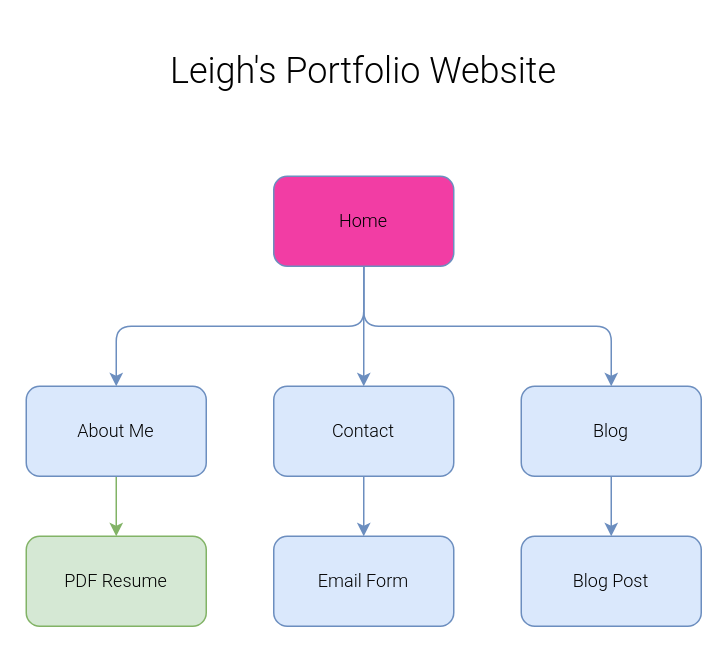
The draw.io diagram assets/sitemap/sitemap.drawio in leighpoulier/portfolio, before the edit. Source tidied: cells renumbered, new cells numbered last; positions are measured from the earlier drawing's top-left corner, leaving out a move shared by most shapes. Both pictures are drawn from the tidied source at 150%, with x=0, y=0 at pixel (26, 26).
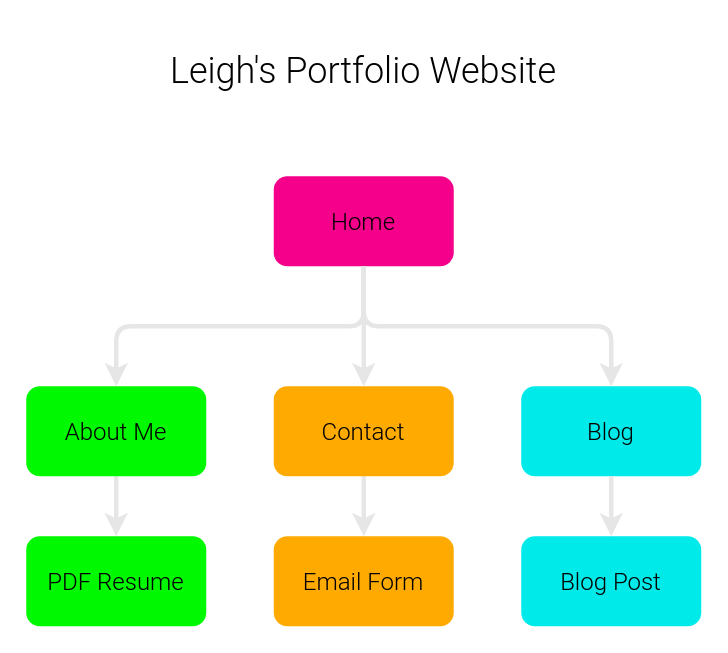
After the change.

Diff of the diagram source:
```diff
@@
 <mxGraphModel>
   <root>
     <mxCell id="0" />
     <mxCell id="1" parent="0" />
-    <mxCell id="2" value="Home" style="rounded=1;whiteSpace=wrap;html=1;strokeColor=#6c8ebf;fillColor=#F23DA4;fontFamily=Roboto Light;" parent="1" vertex="1">
+    <mxCell id="2" value="Home" style="rounded=1;whiteSpace=wrap;html=1;fontFamily=Roboto Light;fillColor=#F5008A;strokeColor=none;fontSize=16;" parent="1" vertex="1">
       <mxGeometry x="165" y="100" width="120" height="60" as="geometry" />
     </mxCell>
-    <mxCell id="3" style="edgeStyle=orthogonalEdgeStyle;rounded=0;jettySize=auto;html=1;fillColor=#d5e8d4;strokeColor=#82b366;exitX=0.5;exitY=1;exitDx=0;exitDy=0;fontFamily=Roboto Light;" parent="1" edge="1" source="4" target="15">
+    <mxCell id="3" style="edgeStyle=orthogonalEdgeStyle;rounded=0;jettySize=auto;html=1;fillColor=#d5e8d4;exitX=0.5;exitY=1;exitDx=0;exitDy=0;fontFamily=Roboto Medium;strokeColor=#E6E6E6;strokeWidth=3;" parent="1" edge="1" source="4" target="15">
       <mxGeometry relative="1" as="geometry" />
     </mxCell>
-    <mxCell id="4" value="About Me" style="rounded=1;whiteSpace=wrap;html=1;fillColor=#dae8fc;strokeColor=#6c8ebf;fontFamily=Roboto Light;" parent="1" vertex="1">
+    <mxCell id="4" value="About Me" style="rounded=1;whiteSpace=wrap;html=1;fontFamily=Roboto Light;fillColor=#00F800;strokeColor=none;fontSize=16;" parent="1" vertex="1">
       <mxGeometry y="240" width="120" height="60" as="geometry" />
     </mxCell>
-    <mxCell id="5" style="endArrow=classic;html=1;exitX=0.5;exitY=1;exitDx=0;exitDy=0;entryX=0.5;entryY=0;entryDx=0;entryDy=0;fillColor=#dae8fc;strokeColor=#6c8ebf;fontFamily=Roboto Light;" parent="1" edge="1" source="2" target="4">
+    <mxCell id="5" style="endArrow=classic;html=1;exitX=0.5;exitY=1;exitDx=0;exitDy=0;entryX=0.5;entryY=0;entryDx=0;entryDy=0;fillColor=#dae8fc;fontFamily=Roboto Medium;strokeColor=#E6E6E6;strokeWidth=3;" parent="1" edge="1" source="2" target="4">
       <mxGeometry relative="1" as="geometry">
         <Array as="points">
           <mxPoint x="225" y="200" />
           <mxPoint x="60" y="200" />
         </Array>
       </mxGeometry>
     </mxCell>
-    <mxCell id="6" style="edgeStyle=orthogonalEdgeStyle;rounded=0;jettySize=auto;html=1;fillColor=#dae8fc;strokeColor=#6c8ebf;fontFamily=Roboto Light;" parent="1" edge="1" source="7" target="14">
+    <mxCell id="6" style="edgeStyle=orthogonalEdgeStyle;rounded=0;jettySize=auto;html=1;fillColor=#dae8fc;fontFamily=Roboto Medium;strokeColor=#E6E6E6;strokeWidth=3;" parent="1" edge="1" source="7" target="14">
       <mxGeometry relative="1" as="geometry" />
     </mxCell>
-    <mxCell id="7" value="Contact" style="rounded=1;whiteSpace=wrap;html=1;fillColor=#dae8fc;strokeColor=#6c8ebf;fontFamily=Roboto Light;" parent="1" vertex="1">
+    <mxCell id="7" value="Contact" style="rounded=1;whiteSpace=wrap;html=1;fontFamily=Roboto Light;fillColor=#FFAA00;strokeColor=none;fontSize=16;" parent="1" vertex="1">
       <mxGeometry x="165" y="240" width="120" height="60" as="geometry" />
     </mxCell>
-    <mxCell id="8" value="Blog" style="rounded=1;whiteSpace=wrap;html=1;fillColor=#dae8fc;strokeColor=#6c8ebf;fontFamily=Roboto Light;" parent="1" vertex="1">
+    <mxCell id="8" value="Blog" style="rounded=1;whiteSpace=wrap;html=1;fontFamily=Roboto Light;fillColor=#00EAEA;strokeColor=none;fontSize=16;" parent="1" vertex="1">
       <mxGeometry x="330" y="240" width="120" height="60" as="geometry" />
     </mxCell>
-    <mxCell id="9" style="endArrow=classic;html=1;exitX=0.5;exitY=1;exitDx=0;exitDy=0;entryX=0.5;entryY=0;entryDx=0;entryDy=0;fillColor=#dae8fc;strokeColor=#6c8ebf;fontFamily=Roboto Light;" parent="1" edge="1" source="2" target="7">
+    <mxCell id="9" style="endArrow=classic;html=1;exitX=0.5;exitY=1;exitDx=0;exitDy=0;entryX=0.5;entryY=0;entryDx=0;entryDy=0;fillColor=#dae8fc;fontFamily=Roboto Medium;strokeColor=#E6E6E6;strokeWidth=3;" parent="1" edge="1" source="2" target="7">
       <mxGeometry relative="1" as="geometry" />
     </mxCell>
-    <mxCell id="10" style="endArrow=classic;html=1;exitX=0.5;exitY=1;exitDx=0;exitDy=0;entryX=0.5;entryY=0;entryDx=0;entryDy=0;fillColor=#dae8fc;strokeColor=#6c8ebf;fontFamily=Roboto Light;" parent="1" edge="1" source="2" target="8">
+    <mxCell id="10" style="endArrow=classic;html=1;exitX=0.5;exitY=1;exitDx=0;exitDy=0;entryX=0.5;entryY=0;entryDx=0;entryDy=0;fillColor=#dae8fc;fontFamily=Roboto Medium;strokeColor=#E6E6E6;strokeWidth=3;" parent="1" edge="1" source="2" target="8">
       <mxGeometry relative="1" as="geometry">
         <Array as="points">
           <mxPoint x="225" y="200" />
           <mxPoint x="390" y="200" />
         </Array>
       </mxGeometry>
     </mxCell>
-    <mxCell id="11" value="Blog Post" style="rounded=1;whiteSpace=wrap;html=1;fillColor=#dae8fc;strokeColor=#6c8ebf;fontFamily=Roboto Light;" parent="1" vertex="1">
+    <mxCell id="11" value="Blog Post" style="rounded=1;whiteSpace=wrap;html=1;fontFamily=Roboto Light;fillColor=#00EAEA;strokeColor=none;fontSize=16;" parent="1" vertex="1">
       <mxGeometry x="330" y="340" width="120" height="60" as="geometry" />
     </mxCell>
-    <mxCell id="12" style="endArrow=classic;html=1;exitX=0.5;exitY=1;exitDx=0;exitDy=0;entryX=0.5;entryY=0;entryDx=0;entryDy=0;fillColor=#dae8fc;strokeColor=#6c8ebf;fontFamily=Roboto Light;" parent="1" edge="1" source="8" target="11">
+    <mxCell id="12" style="endArrow=classic;html=1;exitX=0.5;exitY=1;exitDx=0;exitDy=0;entryX=0.5;entryY=0;entryDx=0;entryDy=0;fillColor=#dae8fc;fontFamily=Roboto Medium;strokeColor=#E6E6E6;strokeWidth=3;" parent="1" edge="1" source="8" target="11">
       <mxGeometry relative="1" as="geometry" />
     </mxCell>
     <mxCell id="13" value="Leigh's Portfolio Website" style="text;html=1;align=center;verticalAlign=middle;whiteSpace=wrap;rounded=0;fontSize=24;fontFamily=Roboto Light;" parent="1" vertex="1">
       <mxGeometry x="65" width="320" height="60" as="geometry" />
     </mxCell>
-    <mxCell id="14" value="Email Form" style="rounded=1;whiteSpace=wrap;html=1;fillColor=#dae8fc;strokeColor=#6c8ebf;fontFamily=Roboto Light;" parent="1" vertex="1">
+    <mxCell id="14" value="Email Form" style="rounded=1;whiteSpace=wrap;html=1;fontFamily=Roboto Light;fillColor=#FFAA00;strokeColor=none;fontSize=16;" parent="1" vertex="1">
       <mxGeometry x="165" y="340" width="120" height="60" as="geometry" />
     </mxCell>
-    <mxCell id="15" value="PDF Resume" style="rounded=1;whiteSpace=wrap;html=1;fillColor=#d5e8d4;strokeColor=#82b366;fontFamily=Roboto Light;" parent="1" vertex="1">
+    <mxCell id="15" value="PDF Resume" style="rounded=1;whiteSpace=wrap;html=1;fontFamily=Roboto Light;fillColor=#00F800;strokeColor=none;fontSize=16;" parent="1" vertex="1">
       <mxGeometry y="340" width="120" height="60" as="geometry" />
     </mxCell>
   </root>
 </mxGraphModel>
```
